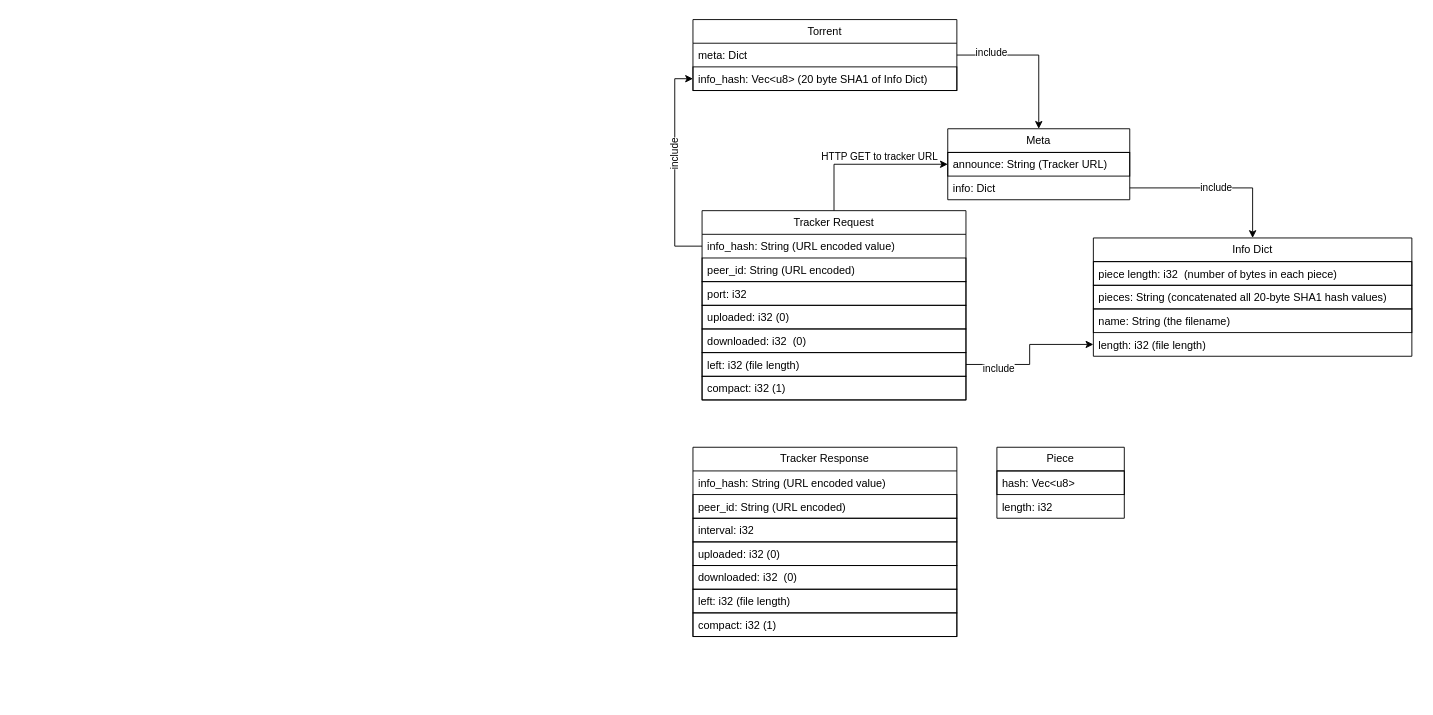
This is BitTorrent.drawio from dimerz-tech/draw.io, a draw.io file, before an edit. Source tidied: cells renumbered, new cells numbered last; positions are measured from the earlier drawing's top-left corner, leaving out a move shared by most shapes. Both pictures are drawn from the tidied source at 91%, with x=0, y=0 at pixel (693, 19).
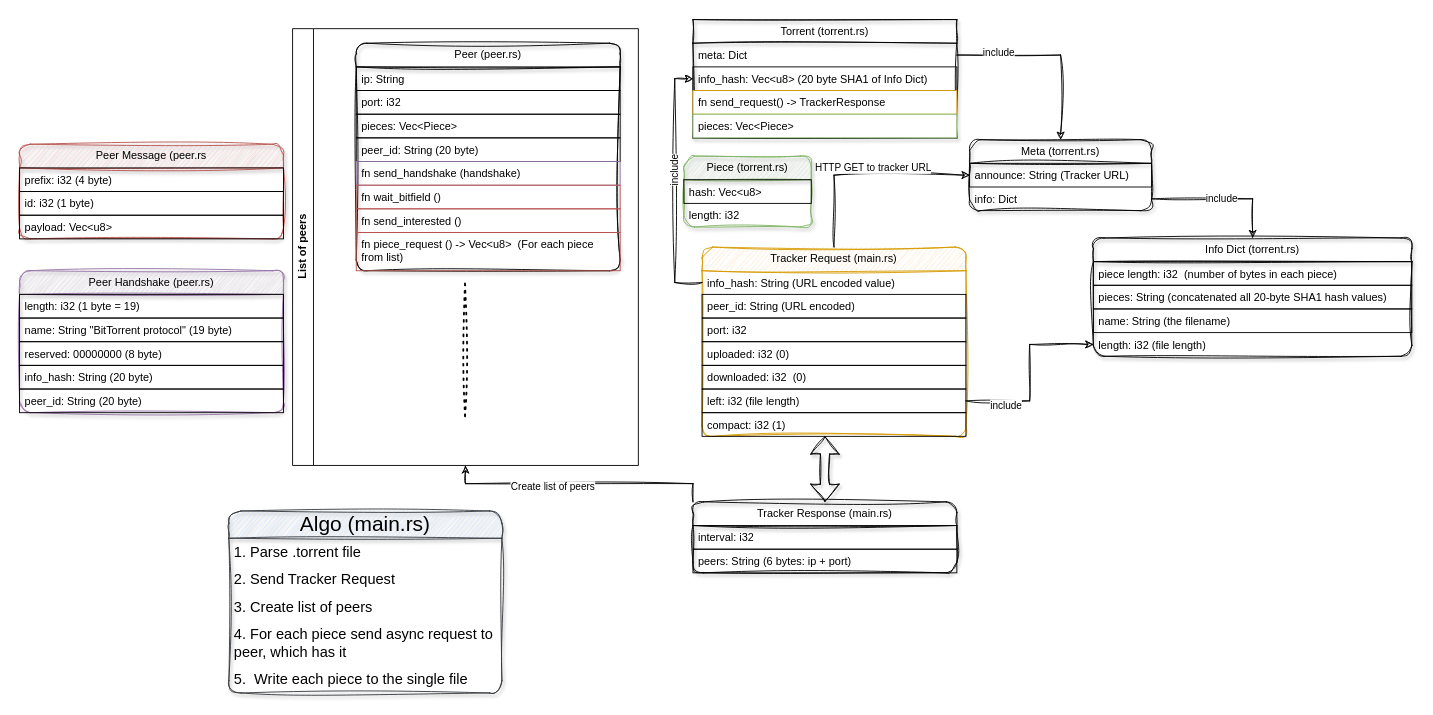
Above is the later version.

The change refers to these unchanged cells:
```xml
<mxCell id="3" value="announce: String (Tracker URL)" style="text;strokeColor=default;fillColor=none;align=left;verticalAlign=top;spacingLeft=4;spacingRight=4;overflow=hidden;points=[[0,0.5],[1,0.5]];portConstraint=eastwest;whiteSpace=wrap;html=1;" parent="2" vertex="1">
  <mxGeometry y="26" width="200" height="26" as="geometry" />
</mxCell>
<mxCell id="4" value="info: Dict" style="text;strokeColor=none;fillColor=none;align=left;verticalAlign=top;spacingLeft=4;spacingRight=4;overflow=hidden;points=[[0,0.5],[1,0.5]];portConstraint=eastwest;whiteSpace=wrap;html=1;" parent="2" vertex="1">
  <mxGeometry y="52" width="200" height="26" as="geometry" />
</mxCell>
<mxCell id="9" value="length: i32 (file length)" style="text;strokeColor=none;fillColor=none;align=left;verticalAlign=top;spacingLeft=4;spacingRight=4;overflow=hidden;points=[[0,0.5],[1,0.5]];portConstraint=eastwest;whiteSpace=wrap;html=1;" parent="5" vertex="1">
  <mxGeometry y="104" width="350" height="26" as="geometry" />
</mxCell>
<mxCell id="15" value="meta: Dict" style="text;strokeColor=none;fillColor=none;align=left;verticalAlign=top;spacingLeft=4;spacingRight=4;overflow=hidden;points=[[0,0.5],[1,0.5]];portConstraint=eastwest;whiteSpace=wrap;html=1;labelBorderColor=none;" parent="14" vertex="1">
  <mxGeometry y="26" width="290" height="26" as="geometry" />
</mxCell>
<mxCell id="16" value="info_hash: Vec&amp;lt;u8&amp;gt; (20 byte SHA1 of Info Dict)&amp;nbsp;" style="text;strokeColor=default;fillColor=none;align=left;verticalAlign=top;spacingLeft=4;spacingRight=4;overflow=hidden;points=[[0,0.5],[1,0.5]];portConstraint=eastwest;whiteSpace=wrap;html=1;" parent="14" vertex="1">
  <mxGeometry y="52" width="290" height="26" as="geometry" />
</mxCell>
<mxCell id="22" value="info_hash: String (URL encoded value)" style="text;strokeColor=none;fillColor=none;align=left;verticalAlign=top;spacingLeft=4;spacingRight=4;overflow=hidden;points=[[0,0.5],[1,0.5]];portConstraint=eastwest;whiteSpace=wrap;html=1;labelBorderColor=none;" parent="21" vertex="1">
  <mxGeometry y="26" width="290" height="26" as="geometry" />
</mxCell>
<mxCell id="27" value="left: i32 (file length)" style="text;strokeColor=default;fillColor=none;align=left;verticalAlign=top;spacingLeft=4;spacingRight=4;overflow=hidden;points=[[0,0.5],[1,0.5]];portConstraint=eastwest;whiteSpace=wrap;html=1;" parent="21" vertex="1">
  <mxGeometry y="156" width="290" height="26" as="geometry" />
</mxCell>
<mxCell id="28" value="compact: i32 (1)" style="text;strokeColor=default;fillColor=none;align=left;verticalAlign=top;spacingLeft=4;spacingRight=4;overflow=hidden;points=[[0,0.5],[1,0.5]];portConstraint=eastwest;whiteSpace=wrap;html=1;" parent="21" vertex="1">
  <mxGeometry y="182" width="290" height="26" as="geometry" />
</mxCell>
```

Diff of the diagram source:
```diff
@@
-    <mxCell id="2" value="Meta" style="swimlane;fontStyle=0;horizontal=1;startSize=26;fillColor=none;whiteSpace=wrap;html=1;" parent="1" vertex="1">
-      <mxGeometry x="280" y="120" width="200" height="78" as="geometry" />
+    <mxCell id="2" value="Meta (torrent.rs)" style="swimlane;fontStyle=0;horizontal=1;startSize=26;fillColor=none;whiteSpace=wrap;html=1;sketch=1;curveFitting=1;jiggle=2;shadow=1;rounded=1;" parent="1" vertex="1">
+      <mxGeometry x="304" y="132" width="200" height="78" as="geometry" />
     </mxCell>
@@
-    <mxCell id="5" value="Info Dict" style="swimlane;fontStyle=0;horizontal=1;startSize=26;fillColor=none;whiteSpace=wrap;html=1;" parent="1" vertex="1">
+    <mxCell id="5" value="Info Dict (torrent.rs)" style="swimlane;fontStyle=0;horizontal=1;startSize=26;fillColor=none;whiteSpace=wrap;html=1;sketch=1;curveFitting=1;jiggle=2;rounded=1;shadow=1;" parent="1" vertex="1">
       <mxGeometry x="440" y="240" width="350" height="130" as="geometry" />
     </mxCell>
@@
-    <mxCell id="10" value="include" style="edgeStyle=orthogonalEdgeStyle;rounded=0;jettySize=auto;html=1;entryX=0.5;entryY=0;entryDx=0;entryDy=0;" parent="1" edge="1" source="4" target="5">
+    <mxCell id="10" value="include" style="edgeStyle=orthogonalEdgeStyle;rounded=0;jettySize=auto;html=1;entryX=0.5;entryY=0;entryDx=0;entryDy=0;sketch=1;curveFitting=1;jiggle=2;" parent="1" edge="1" source="4" target="5">
       <mxGeometry relative="1" as="geometry" />
     </mxCell>
-    <mxCell id="11" value="Piece" style="swimlane;fontStyle=0;horizontal=1;startSize=26;fillColor=none;whiteSpace=wrap;html=1;" parent="1" vertex="1">
-      <mxGeometry x="334" y="470" width="140" height="78" as="geometry" />
+    <mxCell id="11" value="Piece (torrent.rs)" style="swimlane;fontStyle=0;horizontal=1;startSize=26;fillColor=#d5e8d4;whiteSpace=wrap;html=1;sketch=1;curveFitting=1;jiggle=2;rounded=1;shadow=1;strokeColor=#82b366;" parent="1" vertex="1">
+      <mxGeometry x="-10" y="150" width="140" height="78" as="geometry" />
     </mxCell>
@@
-    <mxCell id="14" value="Torrent" style="swimlane;fontStyle=0;horizontal=1;startSize=26;fillColor=none;whiteSpace=wrap;html=1;" parent="1" vertex="1">
-      <mxGeometry width="290" height="78" as="geometry" />
+    <mxCell id="14" value="Torrent (torrent.rs)" style="swimlane;fontStyle=0;horizontal=1;startSize=26;fillColor=none;whiteSpace=wrap;html=1;sketch=1;curveFitting=1;jiggle=2;shadow=1;" parent="1" vertex="1">
+      <mxGeometry width="290" height="130" as="geometry" />
     </mxCell>
@@
+    <mxCell id="41" value="fn send_request() -&amp;gt; TrackerResponse" style="text;strokeColor=#d79b00;fillColor=default;align=left;verticalAlign=top;spacingLeft=4;spacingRight=4;overflow=hidden;whiteSpace=wrap;html=1;" parent="14" vertex="1">
+      <mxGeometry y="78" width="290" height="26" as="geometry" />
+    </mxCell>
+    <mxCell id="42" value="pieces: Vec&amp;lt;Piece&amp;gt;" style="text;strokeColor=#82b366;fillColor=default;align=left;verticalAlign=top;spacingLeft=4;spacingRight=4;overflow=hidden;whiteSpace=wrap;html=1;" parent="14" vertex="1">
+      <mxGeometry y="104" width="290" height="26" as="geometry" />
+    </mxCell>
-    <mxCell id="17" style="edgeStyle=orthogonalEdgeStyle;rounded=0;jettySize=auto;html=1;entryX=0.5;entryY=0;entryDx=0;entryDy=0;" parent="1" edge="1" source="15" target="2">
+    <mxCell id="17" style="edgeStyle=orthogonalEdgeStyle;rounded=0;jettySize=auto;html=1;entryX=0.5;entryY=0;entryDx=0;entryDy=0;sketch=1;curveFitting=1;jiggle=2;" parent="1" edge="1" source="15" target="2">
       <mxGeometry relative="1" as="geometry" />
     </mxCell>
@@
-    <mxCell id="19" style="edgeStyle=orthogonalEdgeStyle;rounded=0;jettySize=auto;html=1;entryX=0;entryY=0.5;entryDx=0;entryDy=0;" parent="1" edge="1" source="21" target="3">
+    <mxCell id="19" style="edgeStyle=orthogonalEdgeStyle;rounded=0;jettySize=auto;html=1;entryX=0;entryY=0.5;entryDx=0;entryDy=0;sketch=1;curveFitting=1;jiggle=2;" parent="1" edge="1" source="21" target="3">
       <mxGeometry relative="1" as="geometry" />
     </mxCell>
@@
-    <mxCell id="21" value="Tracker Request" style="swimlane;fontStyle=0;horizontal=1;startSize=26;fillColor=none;whiteSpace=wrap;html=1;" parent="1" vertex="1">
-      <mxGeometry x="10" y="210" width="290" height="208" as="geometry" />
+    <mxCell id="21" value="Tracker Request (main.rs)" style="swimlane;fontStyle=0;horizontal=1;startSize=26;fillColor=#ffe6cc;whiteSpace=wrap;html=1;sketch=1;curveFitting=1;jiggle=2;rounded=1;strokeColor=#d79b00;" parent="1" vertex="1">
+      <mxGeometry x="10" y="250" width="290" height="208" as="geometry" />
     </mxCell>
@@
-    <mxCell id="29" style="edgeStyle=orthogonalEdgeStyle;rounded=0;jettySize=auto;html=1;entryX=0;entryY=0.5;entryDx=0;entryDy=0;" parent="1" edge="1" source="27" target="9">
+    <mxCell id="29" style="edgeStyle=orthogonalEdgeStyle;rounded=0;jettySize=auto;html=1;entryX=0;entryY=0.5;entryDx=0;entryDy=0;sketch=1;curveFitting=1;jiggle=2;" parent="1" edge="1" source="27" target="9">
       <mxGeometry relative="1" as="geometry" />
     </mxCell>
@@
-    <mxCell id="31" style="edgeStyle=orthogonalEdgeStyle;rounded=0;jettySize=auto;html=1;entryX=0;entryY=0.5;entryDx=0;entryDy=0;" parent="1" edge="1" source="22" target="16">
+    <mxCell id="31" style="edgeStyle=orthogonalEdgeStyle;rounded=0;jettySize=auto;html=1;entryX=0;entryY=0.5;entryDx=0;entryDy=0;sketch=1;curveFitting=1;jiggle=2;" parent="1" edge="1" source="22" target="16">
       <mxGeometry relative="1" as="geometry" />
     </mxCell>
@@
+    <mxCell id="43" style="edgeStyle=orthogonalEdgeStyle;rounded=0;jettySize=auto;html=1;exitX=0;exitY=0;exitDx=0;exitDy=0;entryX=0.5;entryY=1;entryDx=0;entryDy=0;sketch=1;curveFitting=1;jiggle=2;shadow=0;" parent="1" edge="1" source="33" target="52">
+      <mxGeometry relative="1" as="geometry" />
+    </mxCell>
+    <mxCell id="44" value="Create list of peers" style="edgeLabel;html=1;align=center;verticalAlign=middle;" parent="43" vertex="1">
+      <mxGeometry x="0.21" y="3" relative="1" as="geometry" />
+    </mxCell>
-    <mxCell id="33" value="Tracker Response" style="swimlane;fontStyle=0;horizontal=1;startSize=26;fillColor=none;whiteSpace=wrap;html=1;" parent="1" vertex="1">
-      <mxGeometry y="470" width="290" height="208" as="geometry" />
+    <mxCell id="33" value="Tracker Response (main.rs)" style="swimlane;fontStyle=0;horizontal=1;startSize=26;whiteSpace=wrap;html=1;sketch=1;curveFitting=1;jiggle=2;rounded=1;shadow=1;fillColor=none;" parent="1" vertex="1">
+      <mxGeometry y="530" width="290" height="78" as="geometry" />
     </mxCell>
-    <mxCell id="34" value="info_hash: String (URL encoded value)" style="text;strokeColor=none;fillColor=none;align=left;verticalAlign=top;spacingLeft=4;spacingRight=4;overflow=hidden;whiteSpace=wrap;html=1;labelBorderColor=none;" parent="33" vertex="1">
-      <mxGeometry y="26" width="290" height="26" as="geometry" />
-    </mxCell>
-    <mxCell id="35" value="peer_id: String (URL encoded)" style="text;strokeColor=default;fillColor=none;align=left;verticalAlign=top;spacingLeft=4;spacingRight=4;overflow=hidden;whiteSpace=wrap;html=1;" parent="33" vertex="1">
-      <mxGeometry y="52" width="290" height="26" as="geometry" />
-    </mxCell>
     <mxCell id="36" value="interval: i32" style="text;strokeColor=default;fillColor=none;align=left;verticalAlign=top;spacingLeft=4;spacingRight=4;overflow=hidden;whiteSpace=wrap;html=1;" parent="33" vertex="1">
-      <mxGeometry y="78" width="290" height="26" as="geometry" />
+      <mxGeometry y="26" width="290" height="26" as="geometry" />
     </mxCell>
-    <mxCell id="37" value="uploaded: i32 (0)" style="text;strokeColor=default;fillColor=none;align=left;verticalAlign=top;spacingLeft=4;spacingRight=4;overflow=hidden;whiteSpace=wrap;html=1;" parent="33" vertex="1">
-      <mxGeometry y="104" width="290" height="26" as="geometry" />
+    <mxCell id="37" value="peers: String (6 bytes: ip + port)" style="text;strokeColor=default;fillColor=none;align=left;verticalAlign=top;spacingLeft=4;spacingRight=4;overflow=hidden;whiteSpace=wrap;html=1;" parent="33" vertex="1">
+      <mxGeometry y="52" width="290" height="26" as="geometry" />
     </mxCell>
-    <mxCell id="38" value="downloaded: i32 &amp;nbsp;(0)" style="text;strokeColor=default;fillColor=none;align=left;verticalAlign=top;spacingLeft=4;spacingRight=4;overflow=hidden;whiteSpace=wrap;html=1;" parent="33" vertex="1">
-      <mxGeometry y="130" width="290" height="26" as="geometry" />
-    </mxCell>
-    <mxCell id="39" value="left: i32 (file length)" style="text;strokeColor=default;fillColor=none;align=left;verticalAlign=top;spacingLeft=4;spacingRight=4;overflow=hidden;whiteSpace=wrap;html=1;" parent="33" vertex="1">
-      <mxGeometry y="156" width="290" height="26" as="geometry" />
-    </mxCell>
-    <mxCell id="40" value="compact: i32 (1)" style="text;strokeColor=default;fillColor=none;align=left;verticalAlign=top;spacingLeft=4;spacingRight=4;overflow=hidden;whiteSpace=wrap;html=1;" parent="33" vertex="1">
-      <mxGeometry y="182" width="290" height="26" as="geometry" />
-    </mxCell>
+    <mxCell id="45" style="shape=flexArrow;endArrow=classic;startArrow=classic;html=1;rounded=1;exitX=0.5;exitY=0;exitDx=0;exitDy=0;entryX=0.466;entryY=1;entryDx=0;entryDy=0;entryPerimeter=0;sketch=1;curveFitting=1;jiggle=2;shadow=1;" parent="1" edge="1" source="33" target="28">
+      <mxGeometry relative="1" as="geometry" />
+    </mxCell>
+    <mxCell id="46" value="Peer Handshake (peer.rs)" style="swimlane;fontStyle=0;horizontal=1;startSize=26;fillColor=#e1d5e7;whiteSpace=wrap;html=1;sketch=1;curveFitting=1;jiggle=2;rounded=1;shadow=1;strokeColor=#9673a6;" parent="1" vertex="1">
+      <mxGeometry x="-740" y="276" width="290" height="156" as="geometry" />
+    </mxCell>
+    <mxCell id="47" value="length: i32 (1 byte = 19)" style="text;strokeColor=default;fillColor=none;align=left;verticalAlign=top;spacingLeft=4;spacingRight=4;overflow=hidden;whiteSpace=wrap;html=1;" parent="46" vertex="1">
+      <mxGeometry y="26" width="290" height="26" as="geometry" />
+    </mxCell>
+    <mxCell id="48" value="name: String &quot;BitTorrent protocol&quot; (19 byte)" style="text;strokeColor=default;fillColor=none;align=left;verticalAlign=top;spacingLeft=4;spacingRight=4;overflow=hidden;whiteSpace=wrap;html=1;" parent="46" vertex="1">
+      <mxGeometry y="52" width="290" height="26" as="geometry" />
+    </mxCell>
+    <mxCell id="49" value="reserved: 00000000 (8 byte)" style="text;strokeColor=default;fillColor=none;align=left;verticalAlign=top;spacingLeft=4;spacingRight=4;overflow=hidden;whiteSpace=wrap;html=1;" parent="46" vertex="1">
+      <mxGeometry y="78" width="290" height="26" as="geometry" />
+    </mxCell>
+    <mxCell id="50" value="info_hash: String (20 byte)" style="text;strokeColor=default;fillColor=none;align=left;verticalAlign=top;spacingLeft=4;spacingRight=4;overflow=hidden;whiteSpace=wrap;html=1;" parent="46" vertex="1">
+      <mxGeometry y="104" width="290" height="26" as="geometry" />
+    </mxCell>
+    <mxCell id="51" value="peer_id: String (20 byte)" style="text;strokeColor=default;fillColor=none;align=left;verticalAlign=top;spacingLeft=4;spacingRight=4;overflow=hidden;whiteSpace=wrap;html=1;" parent="46" vertex="1">
+      <mxGeometry y="130" width="290" height="26" as="geometry" />
+    </mxCell>
+    <mxCell id="52" value="List of peers" style="swimlane;horizontal=0;whiteSpace=wrap;html=1;" parent="1" vertex="1">
+      <mxGeometry x="-440" y="10" width="380" height="480" as="geometry" />
+    </mxCell>
+    <mxCell id="53" style="endArrow=none;dashed=1;html=1;dashPattern=1 3;strokeWidth=2;rounded=0;sketch=1;curveFitting=1;jiggle=2;shadow=0;" parent="52" edge="1">
+      <mxGeometry relative="1" as="geometry">
+        <mxPoint x="189.5" y="426" as="sourcePoint" />
+        <mxPoint x="189.5" y="280" as="targetPoint" />
+      </mxGeometry>
+    </mxCell>
+    <mxCell id="54" value="Peer (peer.rs)" style="swimlane;fontStyle=0;horizontal=1;startSize=26;fillColor=none;whiteSpace=wrap;html=1;sketch=1;curveFitting=1;jiggle=2;rounded=1;shadow=1;" parent="52" vertex="1">
+      <mxGeometry x="70" y="16" width="290" height="250" as="geometry" />
+    </mxCell>
+    <mxCell id="55" value="ip: String" style="text;strokeColor=default;fillColor=none;align=left;verticalAlign=top;spacingLeft=4;spacingRight=4;overflow=hidden;whiteSpace=wrap;html=1;" parent="54" vertex="1">
+      <mxGeometry y="26" width="290" height="26" as="geometry" />
+    </mxCell>
+    <mxCell id="56" value="port: i32" style="text;strokeColor=default;fillColor=none;align=left;verticalAlign=top;spacingLeft=4;spacingRight=4;overflow=hidden;whiteSpace=wrap;html=1;" parent="54" vertex="1">
+      <mxGeometry y="52" width="290" height="26" as="geometry" />
+    </mxCell>
+    <mxCell id="57" value="pieces: Vec&amp;lt;Piece&amp;gt;" style="text;strokeColor=default;fillColor=none;align=left;verticalAlign=top;spacingLeft=4;spacingRight=4;overflow=hidden;whiteSpace=wrap;html=1;" parent="54" vertex="1">
+      <mxGeometry y="78" width="290" height="26" as="geometry" />
+    </mxCell>
+    <mxCell id="58" value="peer_id: String (20 byte)" style="text;strokeColor=default;fillColor=none;align=left;verticalAlign=top;spacingLeft=4;spacingRight=4;overflow=hidden;whiteSpace=wrap;html=1;" parent="54" vertex="1">
+      <mxGeometry y="104" width="290" height="26" as="geometry" />
+    </mxCell>
+    <mxCell id="59" value="fn send_handshake (handshake) &amp;nbsp;" style="text;strokeColor=#9673a6;fillColor=none;align=left;verticalAlign=top;spacingLeft=4;spacingRight=4;overflow=hidden;whiteSpace=wrap;html=1;" parent="54" vertex="1">
+      <mxGeometry y="130" width="290" height="26" as="geometry" />
+    </mxCell>
+    <mxCell id="60" value="fn wait_bitfield () &amp;nbsp;" style="text;strokeColor=#b85450;fillColor=none;align=left;verticalAlign=top;spacingLeft=4;spacingRight=4;overflow=hidden;whiteSpace=wrap;html=1;" parent="54" vertex="1">
+      <mxGeometry y="156" width="290" height="26" as="geometry" />
+    </mxCell>
+    <mxCell id="61" value="fn send_interested () &amp;nbsp;" style="text;strokeColor=#b85450;fillColor=none;align=left;verticalAlign=top;spacingLeft=4;spacingRight=4;overflow=hidden;whiteSpace=wrap;html=1;" parent="54" vertex="1">
+      <mxGeometry y="182" width="290" height="26" as="geometry" />
+    </mxCell>
+    <mxCell id="62" value="fn piece_request () -&amp;gt; Vec&amp;lt;u8&amp;gt; &amp;nbsp;(For each piece from list)" style="text;strokeColor=#b85450;fillColor=none;align=left;verticalAlign=top;spacingLeft=4;spacingRight=4;overflow=hidden;whiteSpace=wrap;html=1;" parent="54" vertex="1">
+      <mxGeometry y="208" width="290" height="42" as="geometry" />
+    </mxCell>
+    <mxCell id="63" value="Peer Message (peer.rs" style="swimlane;fontStyle=0;horizontal=1;startSize=26;whiteSpace=wrap;html=1;sketch=1;curveFitting=1;jiggle=2;rounded=1;shadow=1;fillColor=#f8cecc;strokeColor=#b85450;" parent="1" vertex="1">
+      <mxGeometry x="-740" y="137" width="290" height="104" as="geometry" />
+    </mxCell>
+    <mxCell id="64" value="prefix: i32 (4 byte)" style="text;strokeColor=default;fillColor=none;align=left;verticalAlign=top;spacingLeft=4;spacingRight=4;overflow=hidden;whiteSpace=wrap;html=1;" parent="63" vertex="1">
+      <mxGeometry y="26" width="290" height="26" as="geometry" />
+    </mxCell>
+    <mxCell id="65" value="id: i32 (1 byte)" style="text;strokeColor=default;fillColor=none;align=left;verticalAlign=top;spacingLeft=4;spacingRight=4;overflow=hidden;whiteSpace=wrap;html=1;" parent="63" vertex="1">
+      <mxGeometry y="52" width="290" height="26" as="geometry" />
+    </mxCell>
+    <mxCell id="66" value="payload: Vec&amp;lt;u8&amp;gt;" style="text;strokeColor=default;fillColor=none;align=left;verticalAlign=top;spacingLeft=4;spacingRight=4;overflow=hidden;whiteSpace=wrap;html=1;" parent="63" vertex="1">
+      <mxGeometry y="78" width="290" height="26" as="geometry" />
+    </mxCell>
+    <mxCell id="67" value="Algo (main.rs)" style="swimlane;fontStyle=0;horizontal=1;startSize=30;whiteSpace=wrap;html=1;sketch=1;curveFitting=1;jiggle=2;shadow=1;rounded=1;fillColor=#cce5ff;strokeColor=#36393d;gradientColor=none;swimlaneFillColor=none;fontSize=23;" parent="1" vertex="1">
+      <mxGeometry x="-510" y="540" width="300" height="200" as="geometry" />
+    </mxCell>
+    <mxCell id="68" value="1. Parse .torrent file" style="text;strokeColor=none;fillColor=none;align=left;verticalAlign=middle;spacingLeft=4;spacingRight=4;overflow=hidden;whiteSpace=wrap;html=1;fontSize=16;fontStyle=0;" parent="67" vertex="1">
+      <mxGeometry y="30" width="300" height="30" as="geometry" />
+    </mxCell>
+    <mxCell id="69" value="2. Send Tracker Request" style="text;strokeColor=none;fillColor=none;align=left;verticalAlign=middle;spacingLeft=4;spacingRight=4;overflow=hidden;whiteSpace=wrap;html=1;fontSize=16;fontStyle=0;" parent="67" vertex="1">
+      <mxGeometry y="60" width="300" height="30" as="geometry" />
+    </mxCell>
+    <mxCell id="70" value="3. Create list of peers" style="text;strokeColor=none;fillColor=none;align=left;verticalAlign=middle;spacingLeft=4;spacingRight=4;overflow=hidden;whiteSpace=wrap;html=1;fontSize=16;fontStyle=0;" parent="67" vertex="1">
+      <mxGeometry y="90" width="300" height="30" as="geometry" />
+    </mxCell>
+    <mxCell id="71" value="4. For each piece send async request to peer, which has it" style="text;strokeColor=none;fillColor=none;align=left;verticalAlign=middle;spacingLeft=4;spacingRight=4;overflow=hidden;whiteSpace=wrap;html=1;fontSize=16;fontStyle=0;" parent="67" vertex="1">
+      <mxGeometry y="120" width="300" height="50" as="geometry" />
+    </mxCell>
+    <mxCell id="72" value="5. &lt;span style=&quot;white-space: pre; font-size: 16px;&quot;&gt;&amp;nbsp;Write each piece to the single file&lt;/span&gt;" style="text;strokeColor=none;fillColor=none;align=left;verticalAlign=middle;spacingLeft=4;spacingRight=4;overflow=hidden;whiteSpace=wrap;html=1;fontSize=16;fontStyle=0;" parent="67" vertex="1">
+      <mxGeometry y="170" width="300" height="30" as="geometry" />
+    </mxCell>
```
